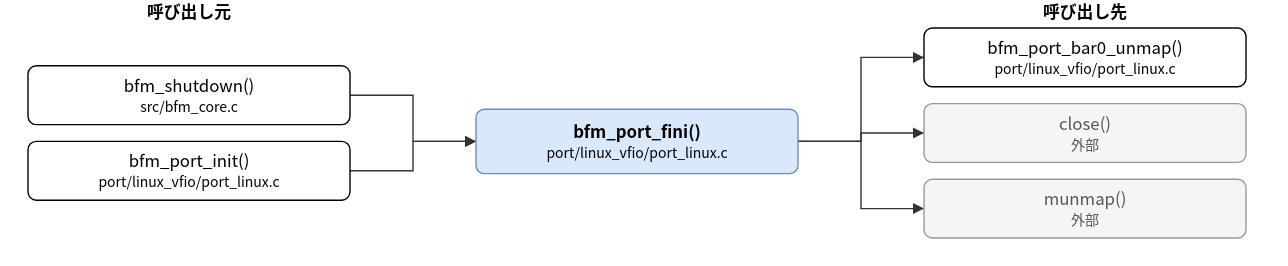
hf355051012-ai/bfmem keeps this draw.io diagram as doc/spec/images/call_port_linux_vfio_port_linux-bfm_port_fini.drawio.svg. Above is the earlier version. Source tidied: cells renumbered, new cells last; positions are measured from the earlier drawing's top-left corner, leaving out a move shared by most shapes. The source it was exported from:
```xml
<mxGraphModel>
  <root>
    <mxCell id="0" />
    <mxCell id="1" parent="0" />
    <mxCell id="2" value="bfm_port_fini()&lt;br&gt;&lt;font style=&quot;font-size:10px&quot;&gt;port/linux_vfio/port_linux.c&lt;/font&gt;" style="rounded=1;whiteSpace=wrap;html=1;fillColor=#dae8fc;strokeColor=#6c8ebf;fontStyle=1;" parent="1" vertex="1">
      <mxGeometry x="320" y="78" width="230" height="46" as="geometry" />
    </mxCell>
    <mxCell id="3" value="bfm_shutdown()&lt;br&gt;&lt;font style=&quot;font-size:10px&quot;&gt;src/bfm_core.c&lt;/font&gt;" style="rounded=1;whiteSpace=wrap;html=1;" parent="1" vertex="1">
      <mxGeometry y="47" width="230" height="42" as="geometry" />
    </mxCell>
    <mxCell id="4" value="bfm_port_init()&lt;br&gt;&lt;font style=&quot;font-size:10px&quot;&gt;port/linux_vfio/port_linux.c&lt;/font&gt;" style="rounded=1;whiteSpace=wrap;html=1;" parent="1" vertex="1">
      <mxGeometry y="101" width="230" height="42" as="geometry" />
    </mxCell>
    <mxCell id="5" value="bfm_port_bar0_unmap()&lt;br&gt;&lt;font style=&quot;font-size:10px&quot;&gt;port/linux_vfio/port_linux.c&lt;/font&gt;" style="rounded=1;whiteSpace=wrap;html=1;" parent="1" vertex="1">
      <mxGeometry x="640" y="20" width="230" height="42" as="geometry" />
    </mxCell>
    <mxCell id="6" value="close()&lt;br&gt;&lt;font style=&quot;font-size:10px&quot;&gt;外部&lt;/font&gt;" style="rounded=1;whiteSpace=wrap;html=1;fillColor=#f5f5f5;strokeColor=#999999;fontColor=#555555;" parent="1" vertex="1">
      <mxGeometry x="640" y="74" width="230" height="42" as="geometry" />
    </mxCell>
    <mxCell id="7" value="munmap()&lt;br&gt;&lt;font style=&quot;font-size:10px&quot;&gt;外部&lt;/font&gt;" style="rounded=1;whiteSpace=wrap;html=1;fillColor=#f5f5f5;strokeColor=#999999;fontColor=#555555;" parent="1" vertex="1">
      <mxGeometry x="640" y="128" width="230" height="42" as="geometry" />
    </mxCell>
    <mxCell id="8" style="edgeStyle=none;html=1;rounded=0;endArrow=block;endFill=1;exitX=1.0000;exitY=0.5000;exitDx=0;exitDy=0;exitPerimeter=0;entryX=0.0000;entryY=0.5000;entryDx=0;entryDy=0;entryPerimeter=0;" parent="1" edge="1" source="3" target="2">
      <mxGeometry relative="1" as="geometry">
        <Array as="points">
          <mxPoint x="275" y="68" />
          <mxPoint x="275" y="101" />
        </Array>
      </mxGeometry>
    </mxCell>
    <mxCell id="9" style="edgeStyle=none;html=1;rounded=0;endArrow=block;endFill=1;exitX=1.0000;exitY=0.5000;exitDx=0;exitDy=0;exitPerimeter=0;entryX=0.0000;entryY=0.5000;entryDx=0;entryDy=0;entryPerimeter=0;" parent="1" edge="1" source="4" target="2">
      <mxGeometry relative="1" as="geometry">
        <Array as="points">
          <mxPoint x="275" y="122" />
          <mxPoint x="275" y="101" />
        </Array>
      </mxGeometry>
    </mxCell>
    <mxCell id="10" style="edgeStyle=none;html=1;rounded=0;endArrow=block;endFill=1;exitX=1.0000;exitY=0.5000;exitDx=0;exitDy=0;exitPerimeter=0;entryX=0.0000;entryY=0.5000;entryDx=0;entryDy=0;entryPerimeter=0;" parent="1" edge="1" source="2" target="5">
      <mxGeometry relative="1" as="geometry">
        <Array as="points">
          <mxPoint x="595" y="101" />
          <mxPoint x="595" y="41" />
        </Array>
      </mxGeometry>
    </mxCell>
    <mxCell id="11" style="edgeStyle=none;html=1;rounded=0;endArrow=block;endFill=1;exitX=1.0000;exitY=0.5000;exitDx=0;exitDy=0;exitPerimeter=0;entryX=0.0000;entryY=0.5000;entryDx=0;entryDy=0;entryPerimeter=0;" parent="1" edge="1" source="2" target="6">
      <mxGeometry relative="1" as="geometry">
        <Array as="points">
          <mxPoint x="595" y="101" />
          <mxPoint x="595" y="95" />
        </Array>
      </mxGeometry>
    </mxCell>
    <mxCell id="12" style="edgeStyle=none;html=1;rounded=0;endArrow=block;endFill=1;exitX=1.0000;exitY=0.5000;exitDx=0;exitDy=0;exitPerimeter=0;entryX=0.0000;entryY=0.5000;entryDx=0;entryDy=0;entryPerimeter=0;" parent="1" edge="1" source="2" target="7">
      <mxGeometry relative="1" as="geometry">
        <Array as="points">
          <mxPoint x="595" y="101" />
          <mxPoint x="595" y="149" />
        </Array>
      </mxGeometry>
    </mxCell>
    <mxCell id="13" value="呼び出し元" style="text;html=1;align=center;fontStyle=1;" parent="1" vertex="1">
      <mxGeometry x="35" width="160" height="18" as="geometry" />
    </mxCell>
    <mxCell id="14" value="呼び出し先" style="text;html=1;align=center;fontStyle=1;" parent="1" vertex="1">
      <mxGeometry x="675" width="160" height="18" as="geometry" />
    </mxCell>
  </root>
</mxGraphModel>
```
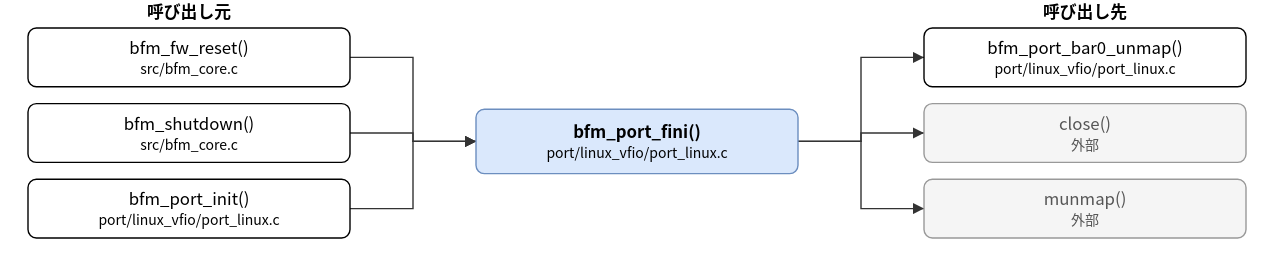
The same diagram one commit later.

Diff of the diagram source:
```diff
@@ -5,12 +5,15 @@
     <mxCell id="2" value="bfm_port_fini()&lt;br&gt;&lt;font style=&quot;font-size:10px&quot;&gt;port/linux_vfio/port_linux.c&lt;/font&gt;" style="rounded=1;whiteSpace=wrap;html=1;fillColor=#dae8fc;strokeColor=#6c8ebf;fontStyle=1;" parent="1" vertex="1">
       <mxGeometry x="320" y="78" width="230" height="46" as="geometry" />
     </mxCell>
-    <mxCell id="3" value="bfm_shutdown()&lt;br&gt;&lt;font style=&quot;font-size:10px&quot;&gt;src/bfm_core.c&lt;/font&gt;" style="rounded=1;whiteSpace=wrap;html=1;" parent="1" vertex="1">
-      <mxGeometry y="47" width="230" height="42" as="geometry" />
+    <mxCell id="3" value="bfm_fw_reset()&lt;br&gt;&lt;font style=&quot;font-size:10px&quot;&gt;src/bfm_core.c&lt;/font&gt;" style="rounded=1;whiteSpace=wrap;html=1;" parent="1" vertex="1">
+      <mxGeometry y="20" width="230" height="42" as="geometry" />
     </mxCell>
-    <mxCell id="4" value="bfm_port_init()&lt;br&gt;&lt;font style=&quot;font-size:10px&quot;&gt;port/linux_vfio/port_linux.c&lt;/font&gt;" style="rounded=1;whiteSpace=wrap;html=1;" parent="1" vertex="1">
-      <mxGeometry y="101" width="230" height="42" as="geometry" />
+    <mxCell id="4" value="bfm_shutdown()&lt;br&gt;&lt;font style=&quot;font-size:10px&quot;&gt;src/bfm_core.c&lt;/font&gt;" style="rounded=1;whiteSpace=wrap;html=1;" parent="1" vertex="1">
+      <mxGeometry y="74" width="230" height="42" as="geometry" />
     </mxCell>
+    <mxCell id="15" value="bfm_port_init()&lt;br&gt;&lt;font style=&quot;font-size:10px&quot;&gt;port/linux_vfio/port_linux.c&lt;/font&gt;" style="rounded=1;whiteSpace=wrap;html=1;" parent="1" vertex="1">
+      <mxGeometry y="128" width="230" height="42" as="geometry" />
+    </mxCell>
     <mxCell id="5" value="bfm_port_bar0_unmap()&lt;br&gt;&lt;font style=&quot;font-size:10px&quot;&gt;port/linux_vfio/port_linux.c&lt;/font&gt;" style="rounded=1;whiteSpace=wrap;html=1;" parent="1" vertex="1">
       <mxGeometry x="640" y="20" width="230" height="42" as="geometry" />
     </mxCell>
@@ -23,7 +26,7 @@
     <mxCell id="8" style="edgeStyle=none;html=1;rounded=0;endArrow=block;endFill=1;exitX=1.0000;exitY=0.5000;exitDx=0;exitDy=0;exitPerimeter=0;entryX=0.0000;entryY=0.5000;entryDx=0;entryDy=0;entryPerimeter=0;" parent="1" edge="1" source="3" target="2">
       <mxGeometry relative="1" as="geometry">
         <Array as="points">
-          <mxPoint x="275" y="68" />
+          <mxPoint x="275" y="41" />
           <mxPoint x="275" y="101" />
         </Array>
       </mxGeometry>
@@ -31,35 +34,43 @@
     <mxCell id="9" style="edgeStyle=none;html=1;rounded=0;endArrow=block;endFill=1;exitX=1.0000;exitY=0.5000;exitDx=0;exitDy=0;exitPerimeter=0;entryX=0.0000;entryY=0.5000;entryDx=0;entryDy=0;entryPerimeter=0;" parent="1" edge="1" source="4" target="2">
       <mxGeometry relative="1" as="geometry">
         <Array as="points">
-          <mxPoint x="275" y="122" />
+          <mxPoint x="275" y="95" />
           <mxPoint x="275" y="101" />
         </Array>
       </mxGeometry>
     </mxCell>
-    <mxCell id="10" style="edgeStyle=none;html=1;rounded=0;endArrow=block;endFill=1;exitX=1.0000;exitY=0.5000;exitDx=0;exitDy=0;exitPerimeter=0;entryX=0.0000;entryY=0.5000;entryDx=0;entryDy=0;entryPerimeter=0;" parent="1" edge="1" source="2" target="5">
+    <mxCell id="10" style="edgeStyle=none;html=1;rounded=0;endArrow=block;endFill=1;exitX=1.0000;exitY=0.5000;exitDx=0;exitDy=0;exitPerimeter=0;entryX=0.0000;entryY=0.5000;entryDx=0;entryDy=0;entryPerimeter=0;" parent="1" edge="1" source="15" target="2">
       <mxGeometry relative="1" as="geometry">
         <Array as="points">
-          <mxPoint x="595" y="101" />
-          <mxPoint x="595" y="41" />
+          <mxPoint x="275" y="149" />
+          <mxPoint x="275" y="101" />
         </Array>
       </mxGeometry>
     </mxCell>
-    <mxCell id="11" style="edgeStyle=none;html=1;rounded=0;endArrow=block;endFill=1;exitX=1.0000;exitY=0.5000;exitDx=0;exitDy=0;exitPerimeter=0;entryX=0.0000;entryY=0.5000;entryDx=0;entryDy=0;entryPerimeter=0;" parent="1" edge="1" source="2" target="6">
+    <mxCell id="11" style="edgeStyle=none;html=1;rounded=0;endArrow=block;endFill=1;exitX=1.0000;exitY=0.5000;exitDx=0;exitDy=0;exitPerimeter=0;entryX=0.0000;entryY=0.5000;entryDx=0;entryDy=0;entryPerimeter=0;" parent="1" edge="1" source="2" target="5">
       <mxGeometry relative="1" as="geometry">
         <Array as="points">
           <mxPoint x="595" y="101" />
-          <mxPoint x="595" y="95" />
+          <mxPoint x="595" y="41" />
         </Array>
       </mxGeometry>
     </mxCell>
-    <mxCell id="12" style="edgeStyle=none;html=1;rounded=0;endArrow=block;endFill=1;exitX=1.0000;exitY=0.5000;exitDx=0;exitDy=0;exitPerimeter=0;entryX=0.0000;entryY=0.5000;entryDx=0;entryDy=0;entryPerimeter=0;" parent="1" edge="1" source="2" target="7">
+    <mxCell id="12" style="edgeStyle=none;html=1;rounded=0;endArrow=block;endFill=1;exitX=1.0000;exitY=0.5000;exitDx=0;exitDy=0;exitPerimeter=0;entryX=0.0000;entryY=0.5000;entryDx=0;entryDy=0;entryPerimeter=0;" parent="1" edge="1" source="2" target="6">
       <mxGeometry relative="1" as="geometry">
         <Array as="points">
           <mxPoint x="595" y="101" />
-          <mxPoint x="595" y="149" />
+          <mxPoint x="595" y="95" />
         </Array>
       </mxGeometry>
     </mxCell>
+    <mxCell id="16" style="edgeStyle=none;html=1;rounded=0;endArrow=block;endFill=1;exitX=1.0000;exitY=0.5000;exitDx=0;exitDy=0;exitPerimeter=0;entryX=0.0000;entryY=0.5000;entryDx=0;entryDy=0;entryPerimeter=0;" parent="1" edge="1" source="2" target="7">
+      <mxGeometry relative="1" as="geometry">
+        <Array as="points">
+          <mxPoint x="595" y="101" />
+          <mxPoint x="595" y="149" />
+        </Array>
+      </mxGeometry>
+    </mxCell>
     <mxCell id="13" value="呼び出し元" style="text;html=1;align=center;fontStyle=1;" parent="1" vertex="1">
       <mxGeometry x="35" width="160" height="18" as="geometry" />
     </mxCell>
```
